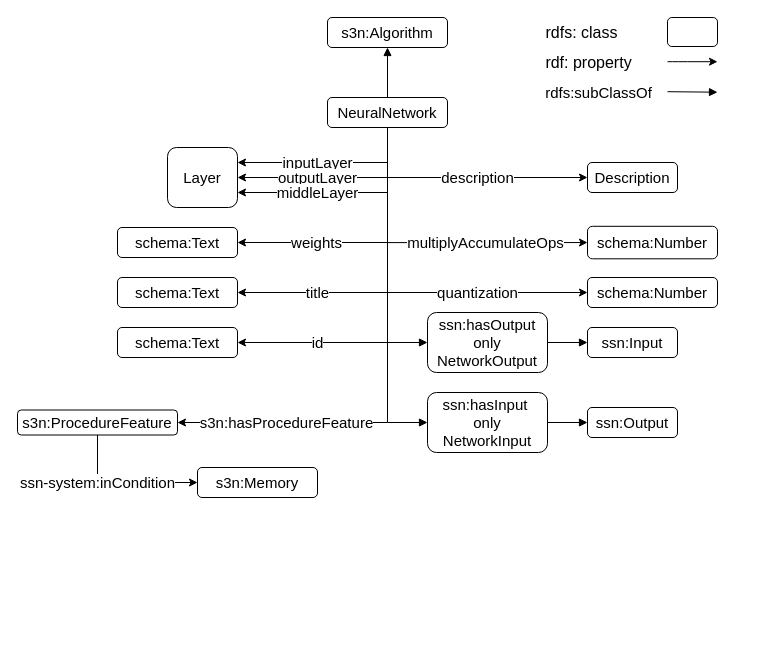
Before: Untitled Diagram 1.drawio in Haoyu-R/appendix, a draw.io diagram. Source tidied: cells renumbered, new cells numbered last; positions are measured from the earlier drawing's top-left corner, leaving out a move shared by most shapes. Both pictures are drawn from the tidied source at 100%, with x=0, y=0 at pixel (17, 17).
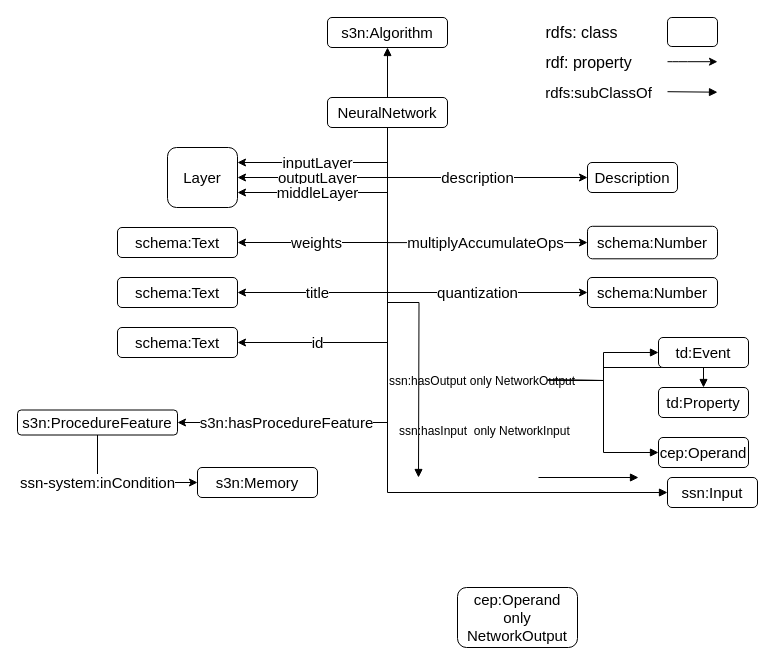
The same diagram, later.

The change refers to these unchanged cells:
```xml
<mxCell id="16" value="NeuralNetwork" style="rounded=1;whiteSpace=wrap;html=1;fontSize=15;" parent="1" vertex="1">
  <mxGeometry x="310" y="80" width="120" height="30" as="geometry" />
</mxCell>
```

The edit, as a diff of the source:
```diff
@@
-    <mxCell id="9" style="edgeStyle=orthogonalEdgeStyle;rounded=0;jettySize=auto;html=1;exitX=0.5;exitY=1;exitDx=0;exitDy=0;entryX=0;entryY=0.5;entryDx=0;entryDy=0;fontSize=15;endArrow=block;endFill=1;" parent="1" edge="1" source="16" target="28">
-      <mxGeometry x="0.6" relative="1" as="geometry" />
+    <mxCell id="9" style="edgeStyle=orthogonalEdgeStyle;rounded=0;jettySize=auto;html=1;exitX=0.5;exitY=1;exitDx=0;exitDy=0;entryX=0;entryY=0.5;entryDx=0;entryDy=0;fontSize=15;endArrow=block;endFill=1;" parent="1" edge="1" source="16">
+      <mxGeometry x="0.6" relative="1" as="geometry">
+        <mxPoint x="401" y="460" as="targetPoint" />
+      </mxGeometry>
     </mxCell>
-    <mxCell id="10" style="edgeStyle=orthogonalEdgeStyle;rounded=0;jettySize=auto;html=1;exitX=0.5;exitY=1;exitDx=0;exitDy=0;entryX=0;entryY=0.5;entryDx=0;entryDy=0;fontSize=15;endArrow=block;endFill=1;" parent="1" edge="1" source="16" target="27">
-      <mxGeometry x="0.51" relative="1" as="geometry" />
-    </mxCell>
@@
-    <mxCell id="18" value="ssn:Output" style="rounded=1;whiteSpace=wrap;html=1;fontSize=15;" parent="1" vertex="1">
-      <mxGeometry x="570" y="390" width="90" height="30" as="geometry" />
-    </mxCell>
-    <mxCell id="19" value="ssn:Input" style="rounded=1;whiteSpace=wrap;html=1;fontSize=15;" parent="1" vertex="1">
-      <mxGeometry x="570" y="310" width="90" height="30" as="geometry" />
-    </mxCell>
@@
-    <mxCell id="26" style="edgeStyle=orthogonalEdgeStyle;rounded=0;orthogonalLoop=1;jettySize=auto;html=1;exitX=0.5;exitY=1;exitDx=0;exitDy=0;fontSize=15;" parent="1" edge="1" source="18" target="18">
-      <mxGeometry relative="1" as="geometry" />
+    <mxCell id="26" style="edgeStyle=orthogonalEdgeStyle;rounded=0;orthogonalLoop=1;jettySize=auto;html=1;exitX=0.5;exitY=1;exitDx=0;exitDy=0;fontSize=15;" parent="1" edge="1">
+      <mxGeometry relative="1" as="geometry">
+        <mxPoint x="666" y="475" as="sourcePoint" />
+        <mxPoint x="666" y="475" as="targetPoint" />
+      </mxGeometry>
     </mxCell>
-    <mxCell id="27" value="ssn:hasOutput only NetworkOutput" style="rounded=1;whiteSpace=wrap;html=1;fontSize=15;" parent="1" vertex="1">
-      <mxGeometry x="410" y="295" width="120" height="60" as="geometry" />
-    </mxCell>
-    <mxCell id="28" value="ssn:hasInput&amp;nbsp; only NetworkInput" style="rounded=1;whiteSpace=wrap;html=1;fontSize=15;" parent="1" vertex="1">
-      <mxGeometry x="410" y="375" width="120" height="60" as="geometry" />
-    </mxCell>
+    <mxCell id="41" style="edgeStyle=orthogonalEdgeStyle;rounded=0;jettySize=auto;html=1;exitX=1;exitY=0.5;exitDx=0;exitDy=0;entryX=0;entryY=0.5;entryDx=0;entryDy=0;endArrow=block;endFill=1;" parent="1" edge="1" target="47">
+      <mxGeometry relative="1" as="geometry">
+        <mxPoint x="530" y="362.5" as="sourcePoint" />
+      </mxGeometry>
+    </mxCell>
+    <mxCell id="42" style="edgeStyle=orthogonalEdgeStyle;rounded=0;jettySize=auto;html=1;exitX=1;exitY=0.5;exitDx=0;exitDy=0;endArrow=block;endFill=1;" parent="1" edge="1" target="49">
+      <mxGeometry relative="1" as="geometry">
+        <mxPoint x="530" y="362.5" as="sourcePoint" />
+      </mxGeometry>
+    </mxCell>
+    <mxCell id="43" style="edgeStyle=orthogonalEdgeStyle;rounded=0;jettySize=auto;html=1;exitX=1;exitY=0.5;exitDx=0;exitDy=0;entryX=0;entryY=0.5;entryDx=0;entryDy=0;endArrow=block;endFill=1;" parent="1" edge="1" target="46">
+      <mxGeometry relative="1" as="geometry">
+        <mxPoint x="530" y="362.5" as="sourcePoint" />
+      </mxGeometry>
+    </mxCell>
+    <mxCell id="44" style="edgeStyle=orthogonalEdgeStyle;rounded=0;jettySize=auto;html=1;exitX=0.5;exitY=1;exitDx=0;exitDy=0;entryX=0;entryY=0.5;entryDx=0;entryDy=0;endArrow=block;endFill=1;" parent="1" edge="1" source="16" target="19">
+      <mxGeometry relative="1" as="geometry" />
+    </mxCell>
@@
-    <mxCell id="34" style="endArrow=block;html=1;fontSize=16;endFill=1;exitX=1;exitY=0.5;exitDx=0;exitDy=0;" parent="1" edge="1" source="27" target="19">
-      <mxGeometry relative="1" as="geometry" />
-    </mxCell>
@@
-    <mxCell id="38" style="endArrow=block;html=1;fontSize=16;endFill=1;exitX=1;exitY=0.5;exitDx=0;exitDy=0;entryX=0;entryY=0.5;entryDx=0;entryDy=0;" parent="1" edge="1" source="28" target="18">
-      <mxGeometry relative="1" as="geometry" />
+    <mxCell id="38" style="endArrow=block;html=1;fontSize=16;endFill=1;exitX=1;exitY=0.5;exitDx=0;exitDy=0;entryX=0;entryY=0.5;entryDx=0;entryDy=0;" parent="1" edge="1">
+      <mxGeometry relative="1" as="geometry">
+        <mxPoint x="521" y="460" as="sourcePoint" />
+        <mxPoint x="621" y="460" as="targetPoint" />
+      </mxGeometry>
     </mxCell>
@@
-    <mxCell id="40" style="edgeStyle=orthogonalEdgeStyle;rounded=0;orthogonalLoop=1;jettySize=auto;html=1;exitX=0.5;exitY=1;exitDx=0;exitDy=0;" parent="1" edge="1" source="19" target="19">
-      <mxGeometry relative="1" as="geometry" />
+    <mxCell id="40" style="edgeStyle=orthogonalEdgeStyle;rounded=0;orthogonalLoop=1;jettySize=auto;html=1;exitX=0.5;exitY=1;exitDx=0;exitDy=0;" parent="1" edge="1">
+      <mxGeometry relative="1" as="geometry">
+        <mxPoint x="655" y="377.5" as="sourcePoint" />
+        <mxPoint x="655" y="377.5" as="targetPoint" />
+      </mxGeometry>
     </mxCell>
+    <mxCell id="45" value="cep:Operand only NetworkOutput" style="rounded=1;whiteSpace=wrap;html=1;fontSize=15;" parent="1" vertex="1">
+      <mxGeometry x="440" y="570" width="120" height="60" as="geometry" />
+    </mxCell>
+    <mxCell id="46" value="cep:Operand" style="rounded=1;whiteSpace=wrap;html=1;fontSize=15;" parent="1" vertex="1">
+      <mxGeometry x="641" y="420" width="90" height="30" as="geometry" />
+    </mxCell>
+    <mxCell id="47" value="td:Event" style="rounded=1;whiteSpace=wrap;html=1;fontSize=15;" parent="1" vertex="1">
+      <mxGeometry x="641" y="320" width="90" height="30" as="geometry" />
+    </mxCell>
+    <mxCell id="48" style="edgeStyle=orthogonalEdgeStyle;rounded=0;orthogonalLoop=1;jettySize=auto;html=1;exitX=0.5;exitY=1;exitDx=0;exitDy=0;fontSize=15;" parent="1" edge="1" source="47" target="47">
+      <mxGeometry relative="1" as="geometry" />
+    </mxCell>
+    <mxCell id="49" value="td:Property" style="rounded=1;whiteSpace=wrap;html=1;fontSize=15;" parent="1" vertex="1">
+      <mxGeometry x="641" y="370" width="90" height="30" as="geometry" />
+    </mxCell>
+    <mxCell id="19" value="ssn:Input" style="rounded=1;whiteSpace=wrap;html=1;fontSize=15;" parent="1" vertex="1">
+      <mxGeometry x="650" y="460" width="90" height="30" as="geometry" />
+    </mxCell>
+    <mxCell id="27" value="ssn:hasOutput only NetworkOutput" style="text;whiteSpace=wrap;html=1;" parent="1" vertex="1">
+      <mxGeometry x="370" y="350" width="210" height="30" as="geometry" />
+    </mxCell>
+    <mxCell id="28" value="ssn:hasInput&amp;nbsp; only NetworkInput" style="text;whiteSpace=wrap;html=1;" parent="1" vertex="1">
+      <mxGeometry x="380" y="400" width="200" height="30" as="geometry" />
+    </mxCell>
```
